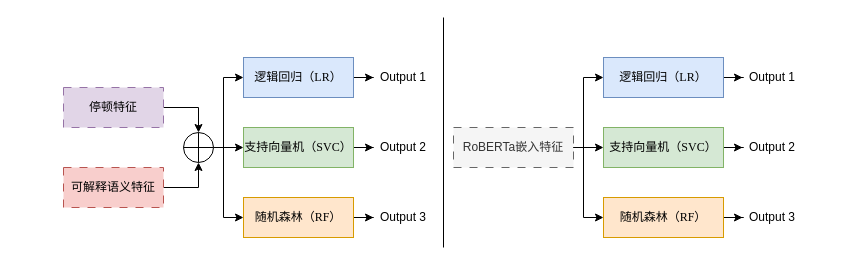
Before: 机器学习模型.drawio in Gray-gl/Leetcode, a draw.io diagram. Source tidied: cells renumbered, new cells numbered last; positions are measured from the earlier drawing's top-left corner, leaving out a move shared by most shapes. Both pictures are drawn from the tidied source at 100%, with x=0, y=0 at pixel (63, 17).
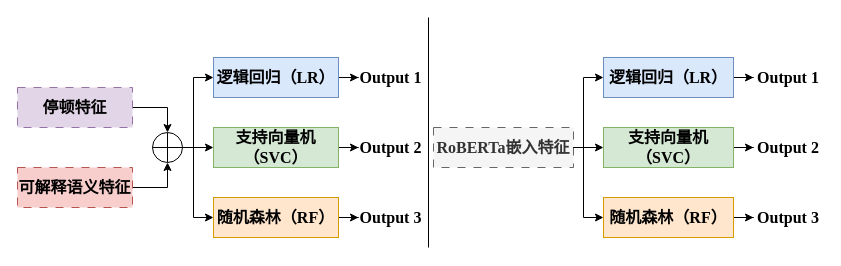
The same diagram, later.

Commit message:
更新机器学习模型.drawio

Change to the diagram source:
```diff
@@
-    <mxCell id="2" style="edgeStyle=orthogonalEdgeStyle;rounded=0;jettySize=auto;html=1;" parent="1" edge="1" source="3" target="26">
+    <mxCell id="2" style="edgeStyle=orthogonalEdgeStyle;rounded=0;jettySize=auto;html=1;fontStyle=1;fontFamily=Times New Roman;fontSize=16;" parent="1" edge="1" source="3" target="26">
       <mxGeometry relative="1" as="geometry" />
     </mxCell>
-    <mxCell id="3" value="逻辑回归（LR）" style="rounded=0;whiteSpace=wrap;html=1;fontFamily=Times New Roman;fillColor=#dae8fc;strokeColor=#6c8ebf;" parent="1" vertex="1">
-      <mxGeometry x="180" y="40" width="110" height="40" as="geometry" />
+    <mxCell id="3" value="逻辑回归（LR）" style="rounded=0;whiteSpace=wrap;html=1;fontFamily=Times New Roman;fillColor=#dae8fc;strokeColor=#6c8ebf;fontStyle=1;fontSize=16;" parent="1" vertex="1">
+      <mxGeometry x="150" y="40" width="125" height="40" as="geometry" />
     </mxCell>
-    <mxCell id="4" style="edgeStyle=orthogonalEdgeStyle;rounded=0;jettySize=auto;html=1;" parent="1" edge="1" source="5" target="27">
+    <mxCell id="4" style="edgeStyle=orthogonalEdgeStyle;rounded=0;jettySize=auto;html=1;fontStyle=1;fontFamily=Times New Roman;fontSize=16;" parent="1" edge="1" source="5" target="27">
       <mxGeometry relative="1" as="geometry" />
     </mxCell>
-    <mxCell id="5" value="支持向量机（SVC）" style="rounded=0;whiteSpace=wrap;html=1;fontFamily=Times New Roman;fillColor=#d5e8d4;strokeColor=#82b366;" parent="1" vertex="1">
-      <mxGeometry x="180" y="110" width="110" height="40" as="geometry" />
+    <mxCell id="5" value="支持向量机（SVC）" style="rounded=0;whiteSpace=wrap;html=1;fontFamily=Times New Roman;fillColor=#d5e8d4;strokeColor=#82b366;fontStyle=1;fontSize=16;" parent="1" vertex="1">
+      <mxGeometry x="150" y="110" width="125" height="40" as="geometry" />
     </mxCell>
-    <mxCell id="6" style="edgeStyle=orthogonalEdgeStyle;rounded=0;jettySize=auto;html=1;" parent="1" edge="1" source="7" target="28">
+    <mxCell id="6" style="edgeStyle=orthogonalEdgeStyle;rounded=0;jettySize=auto;html=1;fontStyle=1;fontFamily=Times New Roman;fontSize=16;" parent="1" edge="1" source="7" target="28">
       <mxGeometry relative="1" as="geometry" />
     </mxCell>
-    <mxCell id="7" value="随机森林（RF）" style="rounded=0;whiteSpace=wrap;html=1;fontFamily=Times New Roman;fillColor=#ffe6cc;strokeColor=#d79b00;" parent="1" vertex="1">
-      <mxGeometry x="180" y="180" width="110" height="40" as="geometry" />
+    <mxCell id="7" value="随机森林（RF）" style="rounded=0;whiteSpace=wrap;html=1;fontFamily=Times New Roman;fillColor=#ffe6cc;strokeColor=#d79b00;fontStyle=1;fontSize=16;" parent="1" vertex="1">
+      <mxGeometry x="150" y="180" width="125" height="40" as="geometry" />
     </mxCell>
-    <mxCell id="8" style="edgeStyle=orthogonalEdgeStyle;rounded=0;jettySize=auto;html=1;exitX=1;exitY=0.5;exitDx=0;exitDy=0;entryX=0.5;entryY=0;entryDx=0;entryDy=0;" parent="1" edge="1" source="9" target="15">
+    <mxCell id="8" style="edgeStyle=orthogonalEdgeStyle;rounded=0;jettySize=auto;html=1;exitX=1;exitY=0.5;exitDx=0;exitDy=0;entryX=0.5;entryY=0;entryDx=0;entryDy=0;fontStyle=1;fontFamily=Times New Roman;fontSize=16;" parent="1" edge="1" source="9" target="15">
       <mxGeometry relative="1" as="geometry" />
     </mxCell>
-    <mxCell id="9" value="停顿特征" style="rounded=0;whiteSpace=wrap;html=1;dashed=1;dashPattern=8 8;fillColor=#e1d5e7;strokeColor=#9673a6;" parent="1" vertex="1">
-      <mxGeometry y="70" width="100" height="40" as="geometry" />
+    <mxCell id="9" value="停顿特征" style="rounded=0;whiteSpace=wrap;html=1;dashed=1;dashPattern=8 8;fillColor=#e1d5e7;strokeColor=#9673a6;fontStyle=1;fontFamily=Times New Roman;fontSize=16;" parent="1" vertex="1">
+      <mxGeometry x="-46" y="70" width="115" height="40" as="geometry" />
     </mxCell>
-    <mxCell id="10" style="edgeStyle=orthogonalEdgeStyle;rounded=0;jettySize=auto;html=1;exitX=1;exitY=0.5;exitDx=0;exitDy=0;entryX=0.5;entryY=1;entryDx=0;entryDy=0;" parent="1" edge="1" source="11" target="15">
+    <mxCell id="10" style="edgeStyle=orthogonalEdgeStyle;rounded=0;jettySize=auto;html=1;exitX=1;exitY=0.5;exitDx=0;exitDy=0;entryX=0.5;entryY=1;entryDx=0;entryDy=0;fontStyle=1;fontFamily=Times New Roman;fontSize=16;" parent="1" edge="1" source="11" target="15">
       <mxGeometry relative="1" as="geometry" />
     </mxCell>
-    <mxCell id="11" value="可解释语义特征" style="rounded=0;whiteSpace=wrap;html=1;dashed=1;dashPattern=8 8;fillColor=#f8cecc;strokeColor=#b85450;" parent="1" vertex="1">
-      <mxGeometry y="150" width="100" height="40" as="geometry" />
+    <mxCell id="11" value="可解释语义特征" style="rounded=0;whiteSpace=wrap;html=1;dashed=1;dashPattern=8 8;fillColor=#f8cecc;strokeColor=#b85450;fontStyle=1;fontFamily=Times New Roman;fontSize=16;" parent="1" vertex="1">
+      <mxGeometry x="-46" y="150" width="115" height="40" as="geometry" />
     </mxCell>
-    <mxCell id="12" style="edgeStyle=orthogonalEdgeStyle;rounded=0;jettySize=auto;html=1;exitX=1;exitY=0.5;exitDx=0;exitDy=0;entryX=0;entryY=0.5;entryDx=0;entryDy=0;" parent="1" edge="1" source="15" target="3">
+    <mxCell id="12" style="edgeStyle=orthogonalEdgeStyle;rounded=0;jettySize=auto;html=1;exitX=1;exitY=0.5;exitDx=0;exitDy=0;entryX=0;entryY=0.5;entryDx=0;entryDy=0;fontStyle=1;fontFamily=Times New Roman;fontSize=16;" parent="1" edge="1" source="15" target="3">
       <mxGeometry relative="1" as="geometry">
         <Array as="points">
-          <mxPoint x="160" y="130" />
-          <mxPoint x="160" y="60" />
+          <mxPoint x="130" y="130" />
+          <mxPoint x="130" y="60" />
         </Array>
       </mxGeometry>
     </mxCell>
-    <mxCell id="13" style="edgeStyle=orthogonalEdgeStyle;rounded=0;jettySize=auto;html=1;exitX=1;exitY=0.5;exitDx=0;exitDy=0;entryX=0;entryY=0.5;entryDx=0;entryDy=0;" parent="1" edge="1" source="15" target="5">
+    <mxCell id="13" style="edgeStyle=orthogonalEdgeStyle;rounded=0;jettySize=auto;html=1;exitX=1;exitY=0.5;exitDx=0;exitDy=0;entryX=0;entryY=0.5;entryDx=0;entryDy=0;fontStyle=1;fontFamily=Times New Roman;fontSize=16;" parent="1" edge="1" source="15" target="5">
       <mxGeometry relative="1" as="geometry" />
     </mxCell>
-    <mxCell id="14" style="edgeStyle=orthogonalEdgeStyle;rounded=0;jettySize=auto;html=1;exitX=1;exitY=0.5;exitDx=0;exitDy=0;entryX=0;entryY=0.5;entryDx=0;entryDy=0;" parent="1" edge="1" source="15" target="7">
+    <mxCell id="14" style="edgeStyle=orthogonalEdgeStyle;rounded=0;jettySize=auto;html=1;exitX=1;exitY=0.5;exitDx=0;exitDy=0;entryX=0;entryY=0.5;entryDx=0;entryDy=0;fontStyle=1;fontFamily=Times New Roman;fontSize=16;" parent="1" edge="1" source="15" target="7">
       <mxGeometry relative="1" as="geometry">
         <Array as="points">
-          <mxPoint x="160" y="130" />
-          <mxPoint x="160" y="200" />
+          <mxPoint x="130" y="130" />
+          <mxPoint x="130" y="200" />
         </Array>
       </mxGeometry>
     </mxCell>
-    <mxCell id="15" style="shape=orEllipse;perimeter=ellipsePerimeter;whiteSpace=wrap;html=1;backgroundOutline=1;" parent="1" vertex="1">
-      <mxGeometry x="120" y="115" width="30" height="30" as="geometry" />
+    <mxCell id="15" style="shape=orEllipse;perimeter=ellipsePerimeter;whiteSpace=wrap;html=1;backgroundOutline=1;fontStyle=1;fontFamily=Times New Roman;fontSize=16;" parent="1" vertex="1">
+      <mxGeometry x="89" y="115" width="30" height="30" as="geometry" />
     </mxCell>
-    <mxCell id="16" style="edgeStyle=orthogonalEdgeStyle;rounded=0;jettySize=auto;html=1;" parent="1" edge="1" source="17" target="29">
+    <mxCell id="16" style="edgeStyle=orthogonalEdgeStyle;rounded=0;jettySize=auto;html=1;fontStyle=1;fontFamily=Times New Roman;fontSize=16;" parent="1" edge="1" source="17" target="29">
       <mxGeometry relative="1" as="geometry" />
     </mxCell>
-    <mxCell id="17" value="逻辑回归（LR）" style="rounded=0;whiteSpace=wrap;html=1;fontFamily=Times New Roman;fillColor=#dae8fc;strokeColor=#6c8ebf;" parent="1" vertex="1">
-      <mxGeometry x="540" y="40" width="120" height="40" as="geometry" />
+    <mxCell id="17" value="逻辑回归（LR）" style="rounded=0;whiteSpace=wrap;html=1;fontFamily=Times New Roman;fillColor=#dae8fc;strokeColor=#6c8ebf;fontStyle=1;fontSize=16;" parent="1" vertex="1">
+      <mxGeometry x="540" y="40" width="130" height="40" as="geometry" />
     </mxCell>
-    <mxCell id="18" style="edgeStyle=orthogonalEdgeStyle;rounded=0;jettySize=auto;html=1;" parent="1" edge="1" source="19" target="30">
+    <mxCell id="18" style="edgeStyle=orthogonalEdgeStyle;rounded=0;jettySize=auto;html=1;fontStyle=1;fontFamily=Times New Roman;fontSize=16;" parent="1" edge="1" source="19" target="30">
       <mxGeometry relative="1" as="geometry" />
     </mxCell>
-    <mxCell id="19" value="支持向量机（SVC）" style="rounded=0;whiteSpace=wrap;html=1;fontFamily=Times New Roman;fillColor=#d5e8d4;strokeColor=#82b366;" parent="1" vertex="1">
-      <mxGeometry x="540" y="110" width="120" height="40" as="geometry" />
+    <mxCell id="19" value="支持向量机（SVC）" style="rounded=0;whiteSpace=wrap;html=1;fontFamily=Times New Roman;fillColor=#d5e8d4;strokeColor=#82b366;fontStyle=1;fontSize=16;" parent="1" vertex="1">
+      <mxGeometry x="540" y="110" width="130" height="40" as="geometry" />
     </mxCell>
-    <mxCell id="20" style="edgeStyle=orthogonalEdgeStyle;rounded=0;jettySize=auto;html=1;" parent="1" edge="1" source="21" target="31">
+    <mxCell id="20" style="edgeStyle=orthogonalEdgeStyle;rounded=0;jettySize=auto;html=1;fontStyle=1;fontFamily=Times New Roman;fontSize=16;" parent="1" edge="1" source="21" target="31">
       <mxGeometry relative="1" as="geometry" />
     </mxCell>
-    <mxCell id="21" value="随机森林（RF）" style="rounded=0;whiteSpace=wrap;html=1;fontFamily=Times New Roman;fillColor=#ffe6cc;strokeColor=#d79b00;" parent="1" vertex="1">
-      <mxGeometry x="540" y="180" width="120" height="40" as="geometry" />
+    <mxCell id="21" value="随机森林（RF）" style="rounded=0;whiteSpace=wrap;html=1;fontFamily=Times New Roman;fillColor=#ffe6cc;strokeColor=#d79b00;fontStyle=1;fontSize=16;" parent="1" vertex="1">
+      <mxGeometry x="540" y="180" width="130" height="40" as="geometry" />
     </mxCell>
-    <mxCell id="22" value="RoBERTa嵌入特征" style="rounded=0;whiteSpace=wrap;html=1;dashed=1;dashPattern=8 8;fillColor=#f5f5f5;strokeColor=#666666;fontColor=#333333;" parent="1" vertex="1">
-      <mxGeometry x="390" y="110" width="120" height="40" as="geometry" />
+    <mxCell id="22" value="RoBERTa嵌入特征" style="rounded=0;whiteSpace=wrap;html=1;dashed=1;dashPattern=8 8;fillColor=#f5f5f5;strokeColor=#666666;fontColor=#333333;fontStyle=1;fontFamily=Times New Roman;fontSize=16;" parent="1" vertex="1">
+      <mxGeometry x="370" y="110" width="140" height="40" as="geometry" />
     </mxCell>
-    <mxCell id="23" style="edgeStyle=orthogonalEdgeStyle;rounded=0;jettySize=auto;html=1;exitX=1;exitY=0.5;exitDx=0;exitDy=0;entryX=0;entryY=0.5;entryDx=0;entryDy=0;" parent="1" edge="1" target="17">
+    <mxCell id="23" style="edgeStyle=orthogonalEdgeStyle;rounded=0;jettySize=auto;html=1;exitX=1;exitY=0.5;exitDx=0;exitDy=0;entryX=0;entryY=0.5;entryDx=0;entryDy=0;fontStyle=1;fontFamily=Times New Roman;fontSize=16;" parent="1" edge="1" target="17">
       <mxGeometry relative="1" as="geometry">
         <mxPoint x="510" y="130" as="sourcePoint" />
         <Array as="points">
           <mxPoint x="520" y="130" />
           <mxPoint x="520" y="60" />
         </Array>
       </mxGeometry>
     </mxCell>
-    <mxCell id="24" style="edgeStyle=orthogonalEdgeStyle;rounded=0;jettySize=auto;html=1;exitX=1;exitY=0.5;exitDx=0;exitDy=0;entryX=0;entryY=0.5;entryDx=0;entryDy=0;" parent="1" edge="1" target="19">
+    <mxCell id="24" style="edgeStyle=orthogonalEdgeStyle;rounded=0;jettySize=auto;html=1;exitX=1;exitY=0.5;exitDx=0;exitDy=0;entryX=0;entryY=0.5;entryDx=0;entryDy=0;fontStyle=1;fontFamily=Times New Roman;fontSize=16;" parent="1" edge="1" target="19">
       <mxGeometry relative="1" as="geometry">
         <mxPoint x="510" y="130" as="sourcePoint" />
       </mxGeometry>
     </mxCell>
-    <mxCell id="25" style="edgeStyle=orthogonalEdgeStyle;rounded=0;jettySize=auto;html=1;exitX=1;exitY=0.5;exitDx=0;exitDy=0;entryX=0;entryY=0.5;entryDx=0;entryDy=0;" parent="1" edge="1" source="22" target="21">
+    <mxCell id="25" style="edgeStyle=orthogonalEdgeStyle;rounded=0;jettySize=auto;html=1;exitX=1;exitY=0.5;exitDx=0;exitDy=0;entryX=0;entryY=0.5;entryDx=0;entryDy=0;fontStyle=1;fontFamily=Times New Roman;fontSize=16;" parent="1" edge="1" source="22" target="21">
       <mxGeometry relative="1" as="geometry">
         <Array as="points">
           <mxPoint x="520" y="130" />
           <mxPoint x="520" y="200" />
         </Array>
       </mxGeometry>
     </mxCell>
-    <mxCell id="26" value="Output 1" style="text;html=1;align=center;verticalAlign=middle;whiteSpace=wrap;rounded=0;" parent="1" vertex="1">
-      <mxGeometry x="310" y="45" width="60" height="30" as="geometry" />
+    <mxCell id="26" value="Output 1" style="text;html=1;align=center;verticalAlign=middle;whiteSpace=wrap;rounded=0;fontStyle=1;fontFamily=Times New Roman;fontSize=16;" parent="1" vertex="1">
+      <mxGeometry x="295" y="45" width="65" height="30" as="geometry" />
     </mxCell>
-    <mxCell id="27" value="Output 2" style="text;html=1;align=center;verticalAlign=middle;whiteSpace=wrap;rounded=0;" parent="1" vertex="1">
-      <mxGeometry x="310" y="115" width="60" height="30" as="geometry" />
+    <mxCell id="27" value="Output 2" style="text;html=1;align=center;verticalAlign=middle;whiteSpace=wrap;rounded=0;fontStyle=1;fontFamily=Times New Roman;fontSize=16;" parent="1" vertex="1">
+      <mxGeometry x="295" y="115" width="65" height="30" as="geometry" />
     </mxCell>
-    <mxCell id="28" value="Output 3" style="text;html=1;align=center;verticalAlign=middle;whiteSpace=wrap;rounded=0;" parent="1" vertex="1">
-      <mxGeometry x="310" y="185" width="60" height="30" as="geometry" />
+    <mxCell id="28" value="Output 3" style="text;html=1;align=center;verticalAlign=middle;whiteSpace=wrap;rounded=0;fontStyle=1;fontFamily=Times New Roman;fontSize=16;" parent="1" vertex="1">
+      <mxGeometry x="295" y="185" width="65" height="30" as="geometry" />
     </mxCell>
-    <mxCell id="29" value="Output 1" style="text;html=1;align=center;verticalAlign=middle;whiteSpace=wrap;rounded=0;" parent="1" vertex="1">
-      <mxGeometry x="679" y="45" width="60" height="30" as="geometry" />
+    <mxCell id="29" value="Output 1" style="text;html=1;align=center;verticalAlign=middle;whiteSpace=wrap;rounded=0;fontStyle=1;fontFamily=Times New Roman;fontSize=16;" parent="1" vertex="1">
+      <mxGeometry x="690" y="45" width="70" height="30" as="geometry" />
     </mxCell>
-    <mxCell id="30" value="Output 2" style="text;html=1;align=center;verticalAlign=middle;whiteSpace=wrap;rounded=0;" parent="1" vertex="1">
-      <mxGeometry x="679" y="115" width="60" height="30" as="geometry" />
+    <mxCell id="30" value="Output 2" style="text;html=1;align=center;verticalAlign=middle;whiteSpace=wrap;rounded=0;fontStyle=1;fontFamily=Times New Roman;fontSize=16;" parent="1" vertex="1">
+      <mxGeometry x="690" y="115" width="70" height="30" as="geometry" />
     </mxCell>
-    <mxCell id="31" value="Output 3" style="text;html=1;align=center;verticalAlign=middle;whiteSpace=wrap;rounded=0;" parent="1" vertex="1">
-      <mxGeometry x="679" y="185" width="60" height="30" as="geometry" />
+    <mxCell id="31" value="Output 3" style="text;html=1;align=center;verticalAlign=middle;whiteSpace=wrap;rounded=0;fontStyle=1;fontFamily=Times New Roman;fontSize=16;" parent="1" vertex="1">
+      <mxGeometry x="690" y="185" width="70" height="30" as="geometry" />
     </mxCell>
-    <mxCell id="32" style="endArrow=none;html=1;rounded=0;" parent="1" edge="1">
+    <mxCell id="32" style="endArrow=none;html=1;rounded=0;fontStyle=1;fontFamily=Times New Roman;fontSize=16;" parent="1" edge="1">
       <mxGeometry relative="1" as="geometry">
-        <mxPoint x="380" y="230" as="sourcePoint" />
-        <mxPoint x="380" as="targetPoint" />
+        <mxPoint x="365" y="230" as="sourcePoint" />
+        <mxPoint x="365" as="targetPoint" />
       </mxGeometry>
     </mxCell>
```
